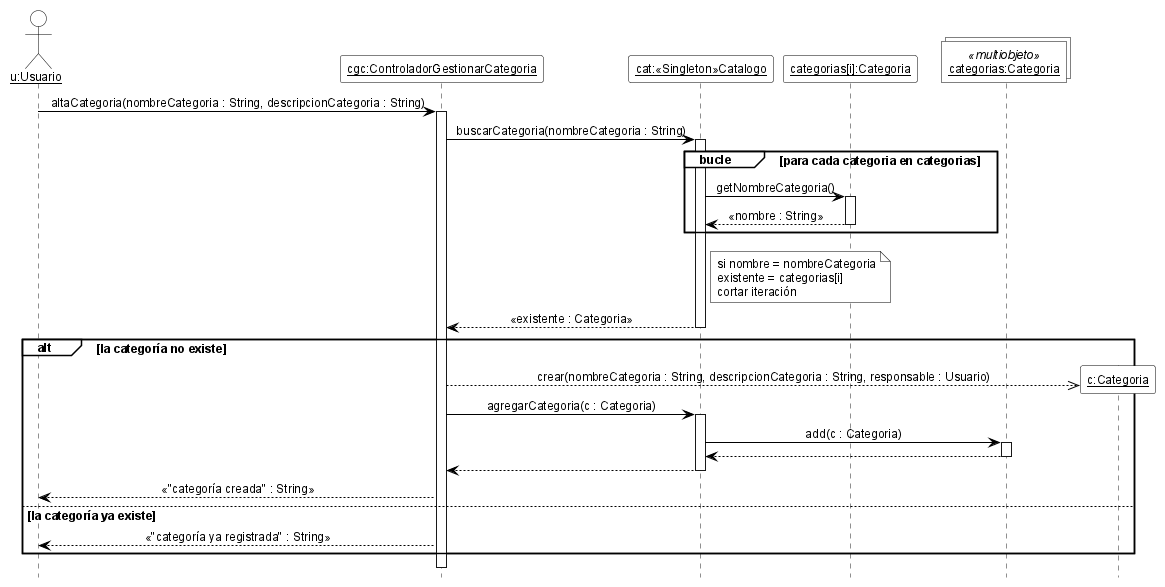
Earlier version of the PlantUML export 08-Diagrama De Secuencia/DSD_CU-03_altaCategoria.png (cirotop/Stock-Project).
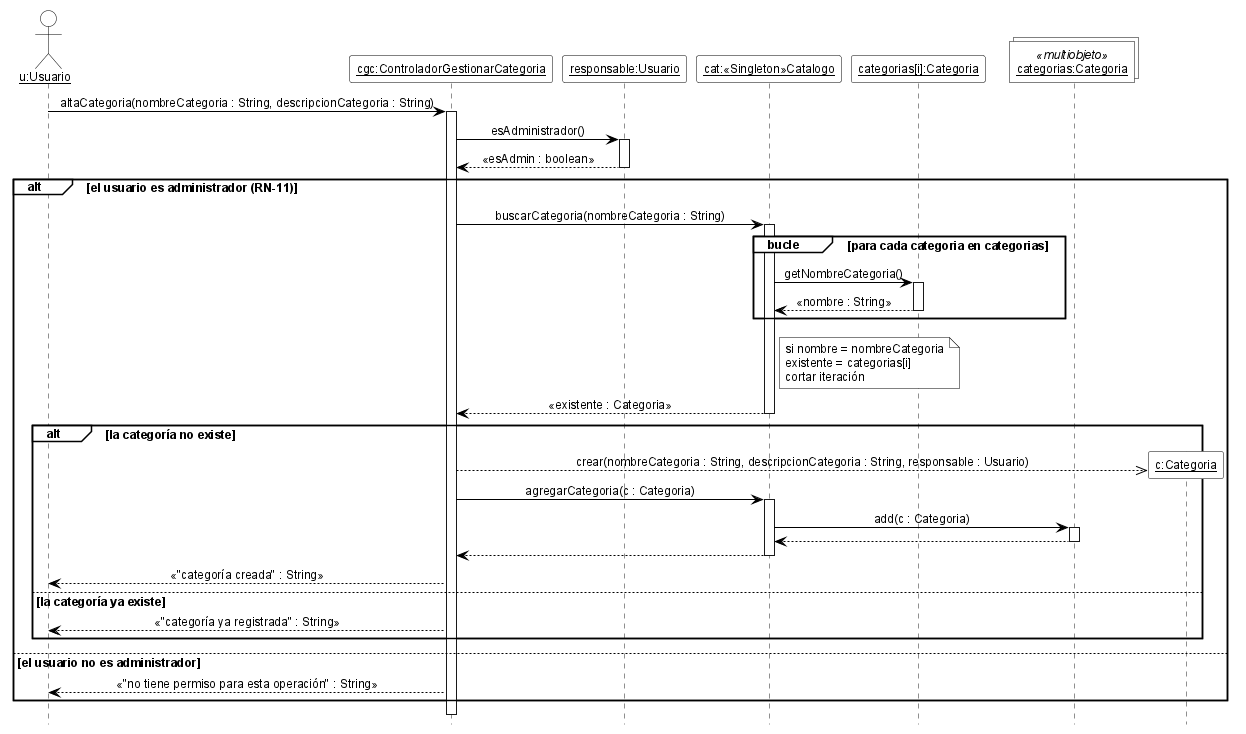
Above is the later version.

What changed in the source:
```diff
@@ -21,32 +21,39 @@
 
 actor "<u>u:Usuario</u>" as u
 participant "<u>cgc:ControladorGestionarCategoria</u>" as cgc
+participant "<u>responsable:Usuario</u>" as resp
 participant "<u>cat:«Singleton»Catalogo</u>" as cat
 participant "<u>categorias[i]:Categoria</u>" as ki
 collections "<u>categorias:Categoria</u>" as mc <<multiobjeto>>
 
 u -> cgc ++ : altaCategoria(nombreCategoria : String, descripcionCategoria : String)
-cgc -> cat ++ : buscarCategoria(nombreCategoria : String)
-group bucle [para cada categoria en categorias]
-  cat -> ki ++ : getNombreCategoria()
-  ki --> cat -- : «nombre : String»
-end
-note right of cat
-  si nombre = nombreCategoria
-  existente = categorias[i]
-  cortar iteración
-end note
-cat --> cgc -- : «existente : Categoria»
-alt la categoría no existe
-  create participant "<u>c:Categoria</u>" as c
-  cgc -->> c : crear(nombreCategoria : String, descripcionCategoria : String, responsable : Usuario)
-  cgc -> cat ++ : agregarCategoria(c : Categoria)
-  cat -> mc ++ : add(c : Categoria)
-  mc --> cat --
-  cat --> cgc --
-  cgc --> u : «"categoría creada" : String»
-else la categoría ya existe
-  cgc --> u : «"categoría ya registrada" : String»
+cgc -> resp ++ : esAdministrador()
+resp --> cgc -- : «esAdmin : boolean»
+alt el usuario es administrador (RN-11)
+  cgc -> cat ++ : buscarCategoria(nombreCategoria : String)
+  group bucle [para cada categoria en categorias]
+    cat -> ki ++ : getNombreCategoria()
+    ki --> cat -- : «nombre : String»
+  end
+  note right of cat
+    si nombre = nombreCategoria
+    existente = categorias[i]
+    cortar iteración
+  end note
+  cat --> cgc -- : «existente : Categoria»
+  alt la categoría no existe
+    create participant "<u>c:Categoria</u>" as c
+    cgc -->> c : crear(nombreCategoria : String, descripcionCategoria : String, responsable : Usuario)
+    cgc -> cat ++ : agregarCategoria(c : Categoria)
+    cat -> mc ++ : add(c : Categoria)
+    mc --> cat --
+    cat --> cgc --
+    cgc --> u : «"categoría creada" : String»
+  else la categoría ya existe
+    cgc --> u : «"categoría ya registrada" : String»
+  end
+else el usuario no es administrador
+  cgc --> u : «"no tiene permiso para esta operación" : String»
 end
 deactivate cgc
 
```
